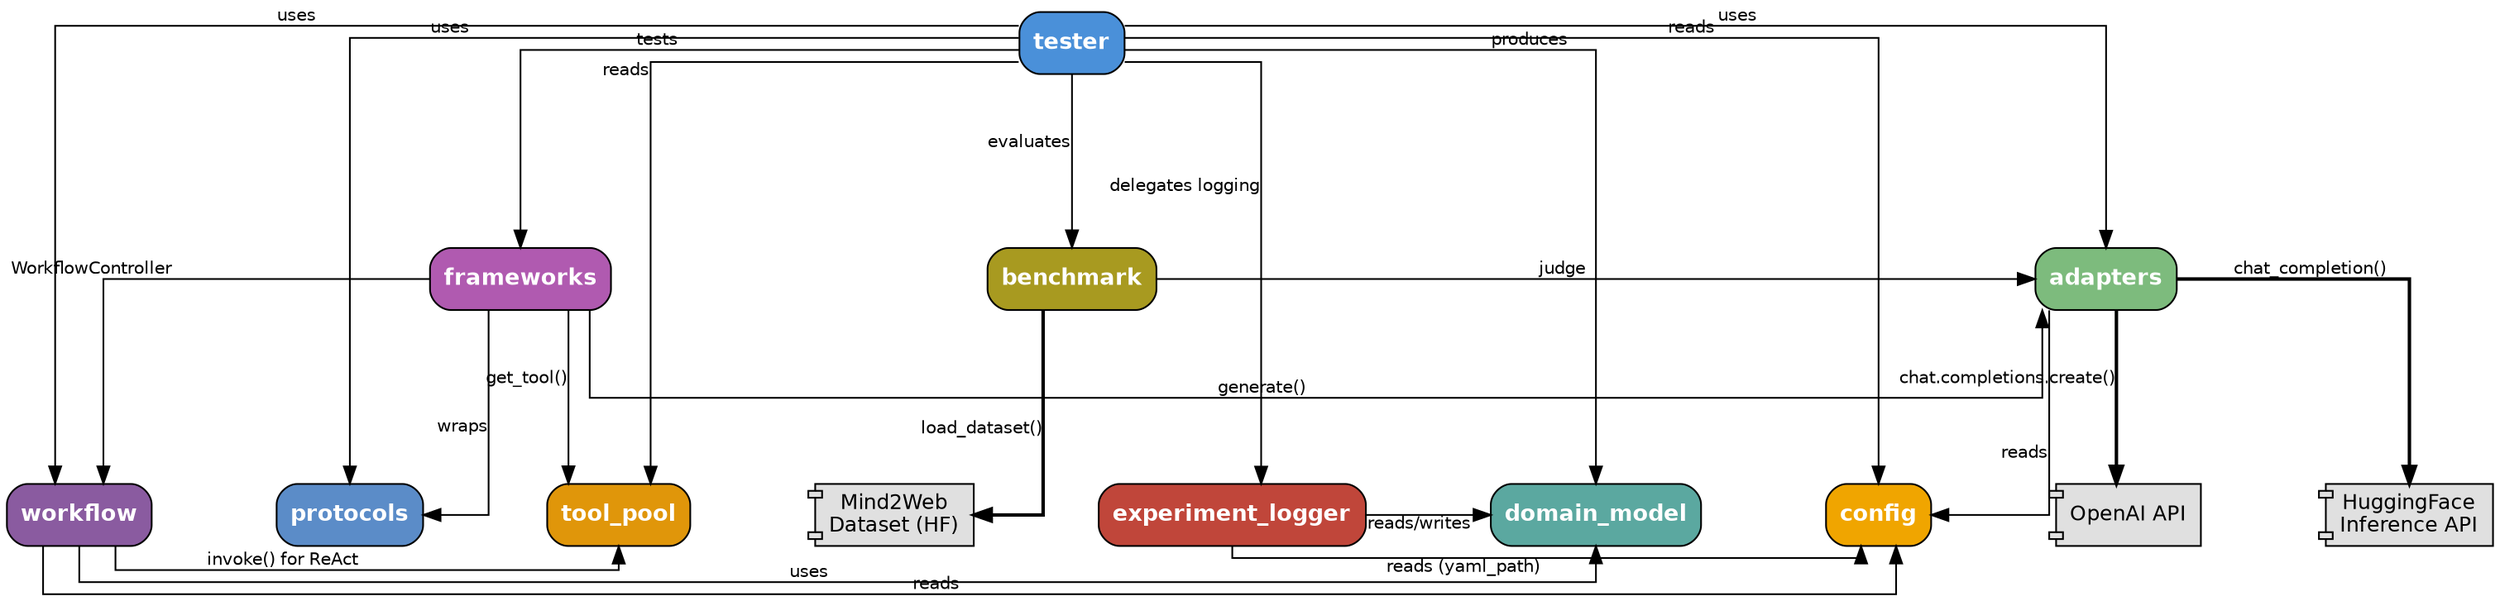
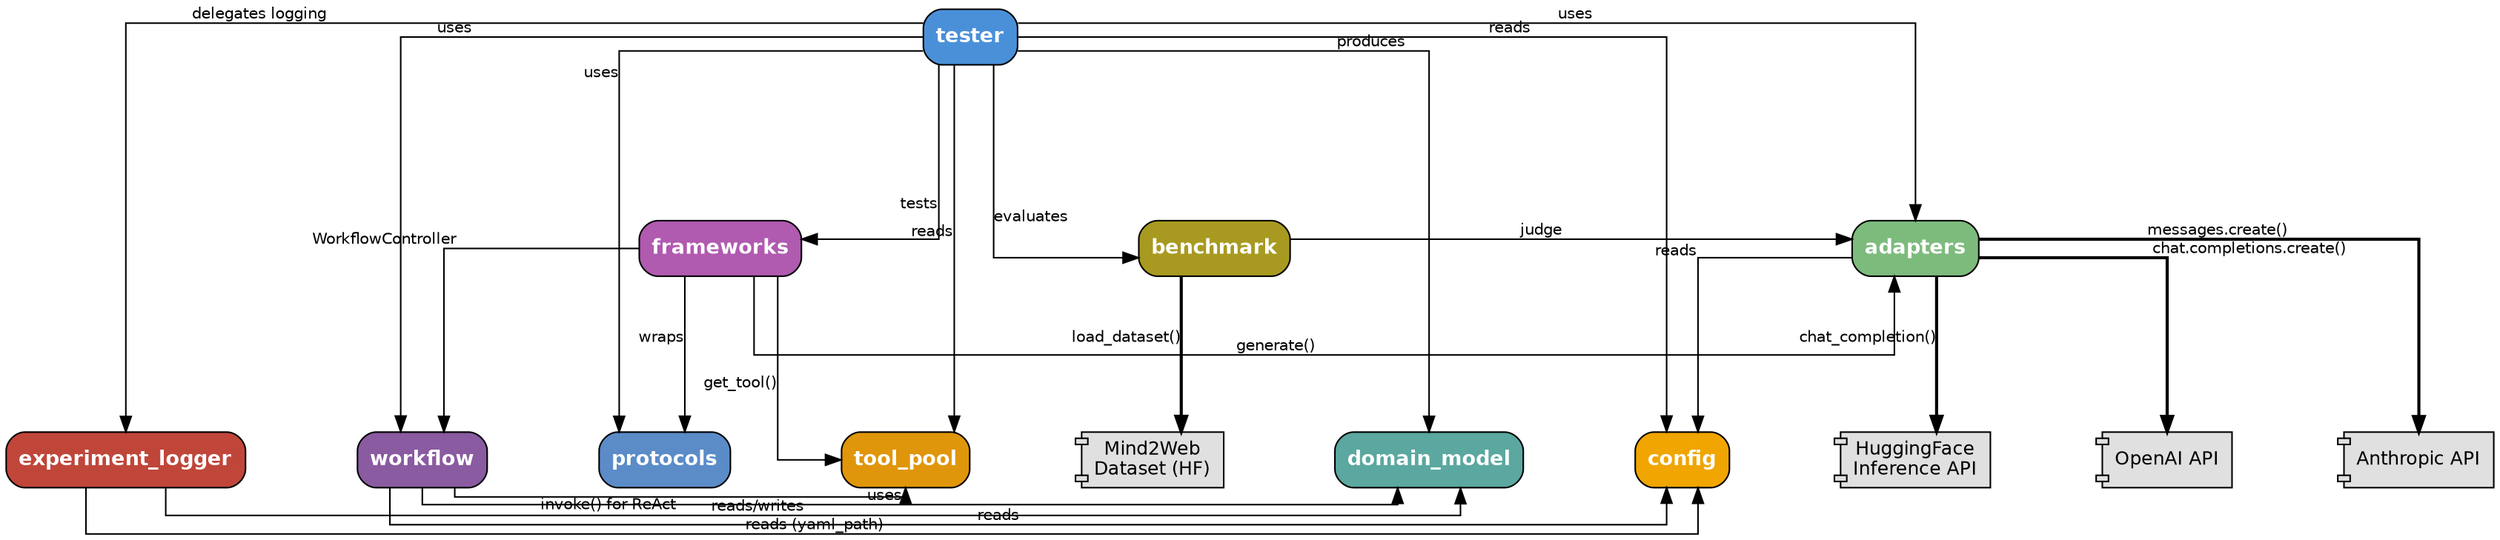
digraph MASTIF_Packages {
graph [
    splines=ortho,
    nodesep=1.0,
    ranksep=1.4,
    fontname="Helvetica",
    label="",
    labelloc="t",
    labeljust="c",
    fontsize=18
];
rankdir=TB;
node [fontname="Helvetica", fontsize=12];
edge [fontname="Helvetica", fontsize=10];

// ─────────────────────────────────────────────
// Rank: External APIs (bottom)
// ─────────────────────────────────────────────

{ rank=max;
    HuggingFaceAPI;
    OpenAIAPI;
+     AnthropicAPI;
    Mind2WebDataset;
}

HuggingFaceAPI [
    shape=component,
    style="filled",
    fillcolor="#e0e0e0",
    label="HuggingFace\nInference API"
];

OpenAIAPI [
    shape=component,
    style="filled",
    fillcolor="#e0e0e0",
    label="OpenAI API"
+ ];
+ 
+ AnthropicAPI [
+     shape=component,
+     style="filled",
+     fillcolor="#e0e0e0",
+     label="Anthropic API"
];

Mind2WebDataset [
    shape=component,
    style="filled",
    fillcolor="#e0e0e0",
    label="Mind2Web\nDataset (HF)"
];

// ─────────────────────────────────────────────
// Rank: Orchestrator (top)
// ─────────────────────────────────────────────

{ rank=min;
    tester;
}

tester [
    shape=box,
    style="filled,rounded",
    fillcolor="#4a90d9",
    fontcolor=white,
    fontname="Helvetica-Bold",
    fontsize=13,
    label="tester"
];

// ─────────────────────────────────────────────
// Rank: Core infrastructure (second row)
// ─────────────────────────────────────────────

{ rank=same;
    config;
    domain_model;
    protocols;
    tool_pool;
    workflow;
    experiment_logger;
}

config [
    shape=box,
    style="filled,rounded",
    fillcolor="#f0a500",
    fontcolor=white,
    fontname="Helvetica-Bold",
    fontsize=13,
    label="config"
];

domain_model [
    shape=box,
    style="filled,rounded",
    fillcolor="#5ba8a0",
    fontcolor=white,
    fontname="Helvetica-Bold",
    fontsize=13,
    label="domain_model"
];

protocols [
    shape=box,
    style="filled,rounded",
    fillcolor="#5b8cc8",
    fontcolor=white,
    fontname="Helvetica-Bold",
    fontsize=13,
    label="protocols"
];

tool_pool [
    shape=box,
    style="filled,rounded",
    fillcolor="#e0960a",
    fontcolor=white,
    fontname="Helvetica-Bold",
    fontsize=13,
    label="tool_pool"
];

workflow [
    shape=box,
    style="filled,rounded",
    fillcolor="#8a5ba0",
    fontcolor=white,
    fontname="Helvetica-Bold",
    fontsize=13,
    label="workflow"
];

experiment_logger [
    shape=box,
    style="filled,rounded",
    fillcolor="#c0463a",
    fontcolor=white,
    fontname="Helvetica-Bold",
    fontsize=13,
    label="experiment_logger"
];

// ─────────────────────────────────────────────
// Rank: Execution layer (third row)
// ─────────────────────────────────────────────

{ rank=same;
    adapters;
    frameworks;
    benchmark;
}

adapters [
    shape=box,
    style="filled,rounded",
    fillcolor="#7dbb7d",
    fontcolor=white,
    fontname="Helvetica-Bold",
    fontsize=13,
    label="adapters"
];

frameworks [
    shape=box,
    style="filled,rounded",
    fillcolor="#b05ab0",
    fontcolor=white,
    fontname="Helvetica-Bold",
    fontsize=13,
    label="frameworks"
];

benchmark [
    shape=box,
    style="filled,rounded",
    fillcolor="#a89a20",
    fontcolor=white,
    fontname="Helvetica-Bold",
    fontsize=13,
    label="benchmark"
];

// ─────────────────────────────────────────────
// Relationships
// ─────────────────────────────────────────────

tester -> adapters          [xlabel="uses"];
tester -> protocols         [xlabel="uses"];
tester -> frameworks        [xlabel="tests"];
tester -> benchmark         [xlabel="evaluates"];
tester -> tool_pool         [xlabel="reads"];
tester -> domain_model      [xlabel="produces"];
tester -> config            [xlabel="reads"];
tester -> workflow          [xlabel="uses"];
tester -> experiment_logger [xlabel="delegates logging"];

adapters -> HuggingFaceAPI [xlabel="chat_completion()", style=bold];
adapters -> OpenAIAPI      [xlabel="chat.completions.create()", style=bold];
+ adapters -> AnthropicAPI   [xlabel="messages.create()", style=bold];
adapters -> config         [xlabel="reads"];

frameworks -> adapters  [xlabel="generate()"];
frameworks -> tool_pool [xlabel="get_tool()"];
frameworks -> protocols [xlabel="wraps"];
frameworks -> workflow  [xlabel="WorkflowController"];

workflow -> config     [xlabel="reads"];
workflow -> tool_pool  [xlabel="invoke() for ReAct"];
workflow -> domain_model [xlabel="uses"];

experiment_logger -> domain_model [xlabel="reads/writes"];
experiment_logger -> config       [xlabel="reads (yaml_path)"];

benchmark -> Mind2WebDataset [xlabel="load_dataset()", style=bold];
benchmark -> adapters        [xlabel="judge"];

}
